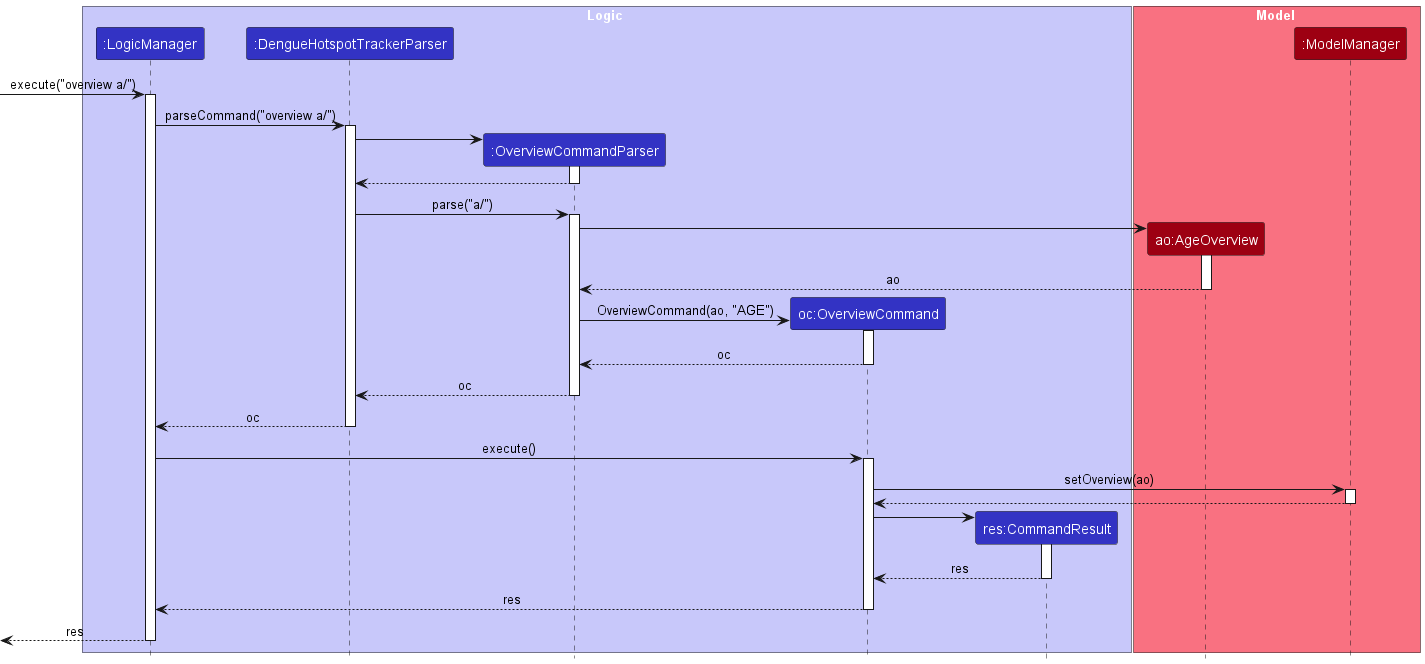
This is docs/images/OverviewActiveSequenceDiagram.png from nus-cs2103-AY2223S2/tp, a PlantUML export, as it was before one commit.
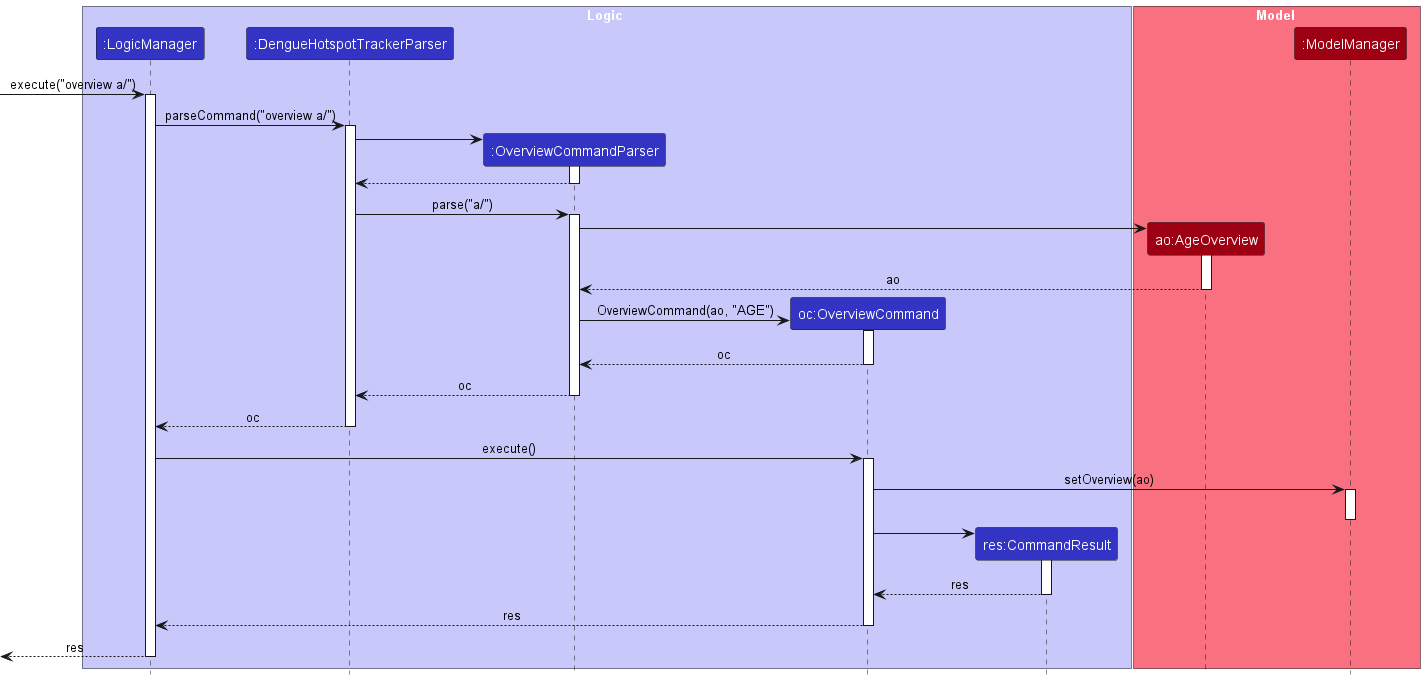
After the change.

The edit, as a diff of the source:
```diff
@@ -57,7 +57,6 @@
 OverviewCommand -> ModelManager : setOverview(ao)
 activate ModelManager
 
-ModelManager --> OverviewCommand
 deactivate ModelManager
 
 create CommandResult
```
